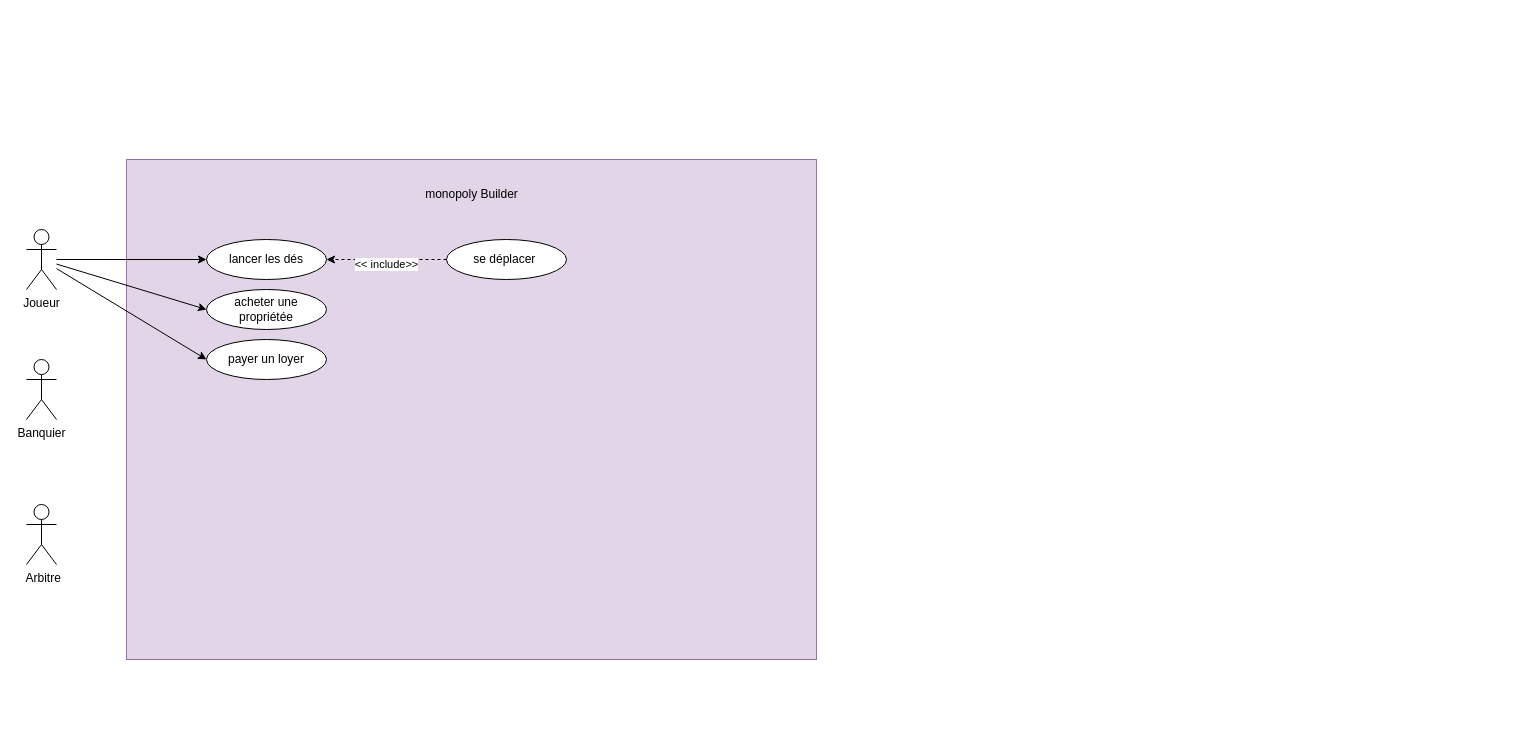
Above: B__Analyse/UseCaseDiagram.drawio in gazhonsepaskwa/builder (draw.io), before the change. Source tidied: cells renumbered, new cells numbered last; positions are measured from the earlier drawing's top-left corner, leaving out a move shared by most shapes. Both pictures are drawn from the tidied source at 100%, with x=0, y=0 at pixel (26, 159).
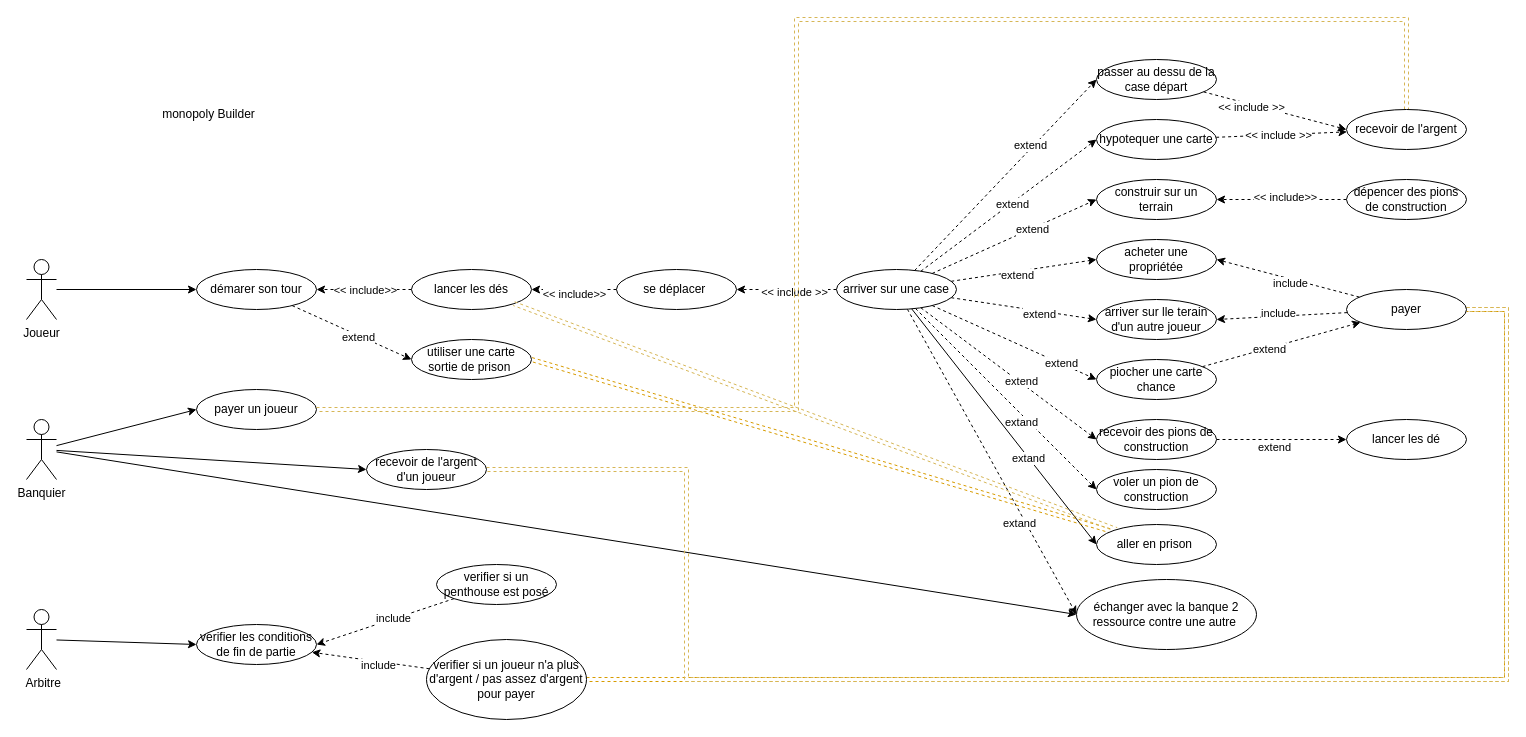
The same diagram, later.

Commit message (it also covers changes not shown here):
v1 diagrame d'actions

What changed in the source:
```diff
@@
-    <mxCell id="2" style="rounded=0;whiteSpace=wrap;html=1;fillColor=#e1d5e7;strokeColor=#9673a6;" parent="1" vertex="1">
-      <mxGeometry x="100" width="690" height="500" as="geometry" />
-    </mxCell>
-    <mxCell id="3" style="rounded=0;jettySize=auto;html=1;entryX=0;entryY=0.5;entryDx=0;entryDy=0;" parent="1" edge="1" source="6" target="10">
-      <mxGeometry relative="1" as="geometry" />
-    </mxCell>
-    <mxCell id="4" style="rounded=0;jettySize=auto;html=1;entryX=0;entryY=0.5;entryDx=0;entryDy=0;" parent="1" edge="1" source="6" target="14">
-      <mxGeometry relative="1" as="geometry" />
-    </mxCell>
-    <mxCell id="5" style="rounded=0;jettySize=auto;html=1;entryX=0;entryY=0.5;entryDx=0;entryDy=0;" parent="1" edge="1" source="6" target="15">
-      <mxGeometry relative="1" as="geometry" />
-    </mxCell>
+    <mxCell id="16" style="rounded=0;jettySize=auto;html=1;" parent="1" edge="1" source="6" target="61">
+      <mxGeometry relative="1" as="geometry" />
+    </mxCell>
     <mxCell id="6" value="Joueur" style="shape=umlActor;verticalLabelPosition=bottom;verticalAlign=top;html=1;outlineConnect=0;" parent="1" vertex="1">
-      <mxGeometry y="70" width="30" height="60" as="geometry" />
+      <mxGeometry y="100" width="30" height="60" as="geometry" />
     </mxCell>
+    <mxCell id="17" style="rounded=0;jettySize=auto;html=1;entryX=0;entryY=0.5;entryDx=0;entryDy=0;" parent="1" edge="1" source="7" target="27">
+      <mxGeometry relative="1" as="geometry" />
+    </mxCell>
+    <mxCell id="18" style="rounded=0;jettySize=auto;html=1;entryX=0;entryY=0.5;entryDx=0;entryDy=0;" parent="1" edge="1" source="7" target="73">
+      <mxGeometry relative="1" as="geometry" />
+    </mxCell>
+    <mxCell id="19" style="rounded=0;jettySize=auto;html=1;entryX=0;entryY=0.5;entryDx=0;entryDy=0;" parent="1" edge="1" source="7" target="84">
+      <mxGeometry relative="1" as="geometry" />
+    </mxCell>
     <mxCell id="7" value="Banquier" style="shape=umlActor;verticalLabelPosition=bottom;verticalAlign=top;html=1;outlineConnect=0;" parent="1" vertex="1">
-      <mxGeometry y="200" width="30" height="60" as="geometry" />
+      <mxGeometry y="260" width="30" height="60" as="geometry" />
     </mxCell>
+    <mxCell id="20" style="rounded=0;jettySize=auto;html=1;entryX=0;entryY=0.5;entryDx=0;entryDy=0;" parent="1" edge="1" source="8" target="28">
+      <mxGeometry relative="1" as="geometry" />
+    </mxCell>
     <mxCell id="8" value="&amp;nbsp;Arbitre" style="shape=umlActor;verticalLabelPosition=bottom;verticalAlign=top;html=1;outlineConnect=0;" parent="1" vertex="1">
-      <mxGeometry y="345" width="30" height="60" as="geometry" />
+      <mxGeometry y="450" width="30" height="60" as="geometry" />
     </mxCell>
     <mxCell id="9" value="monopoly Builder" style="text;html=1;strokeColor=none;fillColor=none;align=center;verticalAlign=middle;whiteSpace=wrap;rounded=0;" parent="1" vertex="1">
-      <mxGeometry x="372.5" y="20" width="145" height="30" as="geometry" />
+      <mxGeometry x="110" y="-60" width="145" height="30" as="geometry" />
     </mxCell>
+    <mxCell id="21" style="edgeStyle=orthogonalEdgeStyle;rounded=0;jettySize=auto;html=1;dashed=1;" parent="1" edge="1" source="10" target="61">
+      <mxGeometry relative="1" as="geometry" />
+    </mxCell>
+    <mxCell id="22" value="&amp;lt;&amp;lt; include&amp;gt;&amp;gt;" style="edgeLabel;html=1;align=center;verticalAlign=middle;" parent="21" vertex="1">
+      <mxGeometry x="-0.01" relative="1" as="geometry" />
+    </mxCell>
     <mxCell id="10" value="lancer les dés" style="ellipse;whiteSpace=wrap;html=1;" parent="1" vertex="1">
-      <mxGeometry x="180" y="80" width="120" height="40" as="geometry" />
+      <mxGeometry x="385" y="110" width="120" height="40" as="geometry" />
     </mxCell>
@@
     <mxCell id="13" value="se déplacer&amp;nbsp;" style="ellipse;whiteSpace=wrap;html=1;" parent="1" vertex="1">
-      <mxGeometry x="420" y="80" width="120" height="40" as="geometry" />
+      <mxGeometry x="590" y="110" width="120" height="40" as="geometry" />
     </mxCell>
     <mxCell id="14" value="acheter une propriétée" style="ellipse;whiteSpace=wrap;html=1;" parent="1" vertex="1">
-      <mxGeometry x="180" y="130" width="120" height="40" as="geometry" />
+      <mxGeometry x="1070" y="80" width="120" height="40" as="geometry" />
     </mxCell>
-    <mxCell id="15" value="payer un loyer" style="ellipse;whiteSpace=wrap;html=1;" parent="1" vertex="1">
-      <mxGeometry x="180" y="180" width="120" height="40" as="geometry" />
+    <mxCell id="15" value="arriver sur lle terain d'un autre joueur" style="ellipse;whiteSpace=wrap;html=1;" parent="1" vertex="1">
+      <mxGeometry x="1070" y="140" width="120" height="40" as="geometry" />
     </mxCell>
+    <mxCell id="23" value="construir sur un terrain" style="ellipse;whiteSpace=wrap;html=1;" parent="1" vertex="1">
+      <mxGeometry x="1070" y="20" width="120" height="40" as="geometry" />
+    </mxCell>
+    <mxCell id="24" style="rounded=0;jettySize=auto;html=1;dashed=1;" parent="1" edge="1" source="26" target="35">
+      <mxGeometry relative="1" as="geometry" />
+    </mxCell>
+    <mxCell id="25" value="extend" style="edgeLabel;html=1;align=center;verticalAlign=middle;" parent="24" vertex="1">
+      <mxGeometry x="-0.16" y="-1" relative="1" as="geometry" />
+    </mxCell>
+    <mxCell id="26" value="piocher une carte chance" style="ellipse;whiteSpace=wrap;html=1;" parent="1" vertex="1">
+      <mxGeometry x="1070" y="200" width="120" height="40" as="geometry" />
+    </mxCell>
+    <mxCell id="27" value="payer un joueur" style="ellipse;whiteSpace=wrap;html=1;" parent="1" vertex="1">
+      <mxGeometry x="170" y="230" width="120" height="40" as="geometry" />
+    </mxCell>
+    <mxCell id="28" value="verifier les conditions de fin de partie" style="ellipse;whiteSpace=wrap;html=1;" parent="1" vertex="1">
+      <mxGeometry x="170" y="465" width="120" height="40" as="geometry" />
+    </mxCell>
+    <mxCell id="29" style="rounded=0;jettySize=auto;html=1;entryX=1;entryY=0.5;entryDx=0;entryDy=0;dashed=1;" parent="1" edge="1" source="35" target="14">
+      <mxGeometry relative="1" as="geometry" />
+    </mxCell>
+    <mxCell id="30" value="include" style="edgeLabel;html=1;align=center;verticalAlign=middle;" parent="29" vertex="1">
+      <mxGeometry x="-0.04" y="4" relative="1" as="geometry" />
+    </mxCell>
+    <mxCell id="31" style="rounded=0;jettySize=auto;html=1;entryX=1;entryY=0.5;entryDx=0;entryDy=0;dashed=1;" parent="1" edge="1" source="35" target="15">
+      <mxGeometry relative="1" as="geometry" />
+    </mxCell>
+    <mxCell id="32" value="include" style="edgeLabel;html=1;align=center;verticalAlign=middle;" parent="31" vertex="1">
+      <mxGeometry x="0.06" y="-3" relative="1" as="geometry" />
+    </mxCell>
+    <mxCell id="33" style="edgeStyle=orthogonalEdgeStyle;rounded=0;jettySize=auto;html=1;entryX=1;entryY=0.5;entryDx=0;entryDy=0;fillColor=#ffe6cc;strokeColor=#d79b00;dashed=1;shape=link;" parent="1" edge="1" source="35" target="79">
+      <mxGeometry relative="1" as="geometry">
+        <Array as="points">
+          <mxPoint x="1480" y="150" />
+          <mxPoint x="1480" y="520" />
+        </Array>
+      </mxGeometry>
+    </mxCell>
+    <mxCell id="34" style="edgeStyle=orthogonalEdgeStyle;rounded=0;jettySize=auto;html=1;entryX=1;entryY=0.5;entryDx=0;entryDy=0;dashed=1;shape=link;fillColor=#fff2cc;strokeColor=#d6b656;" parent="1" edge="1" source="35" target="84">
+      <mxGeometry relative="1" as="geometry">
+        <Array as="points">
+          <mxPoint x="1480" y="150" />
+          <mxPoint x="1480" y="520" />
+          <mxPoint x="660" y="520" />
+          <mxPoint x="660" y="310" />
+        </Array>
+      </mxGeometry>
+    </mxCell>
+    <mxCell id="35" value="payer" style="ellipse;whiteSpace=wrap;html=1;" parent="1" vertex="1">
+      <mxGeometry x="1320" y="130" width="120" height="40" as="geometry" />
+    </mxCell>
+    <mxCell id="36" style="rounded=0;jettySize=auto;html=1;entryX=0;entryY=0.5;entryDx=0;entryDy=0;dashed=1;" parent="1" edge="1" source="58" target="14">
+      <mxGeometry relative="1" as="geometry" />
+    </mxCell>
+    <mxCell id="37" value="extend" style="edgeLabel;html=1;align=center;verticalAlign=middle;" parent="36" vertex="1">
+      <mxGeometry x="-0.1" y="-4" relative="1" as="geometry" />
+    </mxCell>
+    <mxCell id="38" style="rounded=0;jettySize=auto;html=1;entryX=0;entryY=0.5;entryDx=0;entryDy=0;dashed=1;" parent="1" edge="1" source="58" target="15">
+      <mxGeometry relative="1" as="geometry" />
+    </mxCell>
+    <mxCell id="39" value="extend" style="edgeLabel;html=1;align=center;verticalAlign=middle;" parent="38" vertex="1">
+      <mxGeometry x="0.21" y="-3" relative="1" as="geometry" />
+    </mxCell>
+    <mxCell id="40" style="edgeStyle=orthogonalEdgeStyle;rounded=0;jettySize=auto;html=1;dashed=1;" parent="1" edge="1" source="58" target="13">
+      <mxGeometry relative="1" as="geometry" />
+    </mxCell>
+    <mxCell id="41" value="&amp;lt;&amp;lt; include &amp;gt;&amp;gt;" style="edgeLabel;html=1;align=center;verticalAlign=middle;" parent="40" vertex="1">
+      <mxGeometry x="-0.14" y="2" relative="1" as="geometry" />
+    </mxCell>
+    <mxCell id="42" style="rounded=0;jettySize=auto;html=1;entryX=0;entryY=0.5;entryDx=0;entryDy=0;dashed=1;" parent="1" edge="1" source="58" target="23">
+      <mxGeometry relative="1" as="geometry" />
+    </mxCell>
+    <mxCell id="43" value="extend" style="edgeLabel;html=1;align=center;verticalAlign=middle;" parent="42" vertex="1">
+      <mxGeometry x="0.21" relative="1" as="geometry" />
+    </mxCell>
+    <mxCell id="44" style="rounded=0;jettySize=auto;html=1;entryX=0;entryY=0.5;entryDx=0;entryDy=0;dashed=1;" parent="1" edge="1" source="58" target="26">
+      <mxGeometry relative="1" as="geometry" />
+    </mxCell>
+    <mxCell id="45" value="extend" style="edgeLabel;html=1;align=center;verticalAlign=middle;" parent="44" vertex="1">
+      <mxGeometry x="0.56" y="1" relative="1" as="geometry" />
+    </mxCell>
+    <mxCell id="46" style="rounded=0;jettySize=auto;html=1;entryX=0;entryY=0.5;entryDx=0;entryDy=0;dashed=1;" parent="1" edge="1" source="58" target="67">
+      <mxGeometry relative="1" as="geometry" />
+    </mxCell>
+    <mxCell id="47" value="extend" style="edgeLabel;html=1;align=center;verticalAlign=middle;" parent="46" vertex="1">
+      <mxGeometry x="0.13" y="1" relative="1" as="geometry" />
+    </mxCell>
+    <mxCell id="48" style="rounded=0;jettySize=auto;html=1;entryX=0;entryY=0.5;entryDx=0;entryDy=0;dashed=1;" parent="1" edge="1" source="58" target="68">
+      <mxGeometry relative="1" as="geometry" />
+    </mxCell>
+    <mxCell id="49" value="extand" style="edgeLabel;html=1;align=center;verticalAlign=middle;" parent="48" vertex="1">
+      <mxGeometry x="0.2" y="-6" relative="1" as="geometry">
+        <mxPoint x="1" as="offset" />
+      </mxGeometry>
+    </mxCell>
+    <mxCell id="50" style="rounded=0;jettySize=auto;html=1;entryX=0;entryY=0.5;entryDx=0;entryDy=0;" parent="1" edge="1" source="58" target="71">
+      <mxGeometry relative="1" as="geometry" />
+    </mxCell>
+    <mxCell id="51" value="extand" style="edgeLabel;html=1;align=center;verticalAlign=middle;" parent="50" vertex="1">
+      <mxGeometry x="0.26" relative="1" as="geometry" />
+    </mxCell>
+    <mxCell id="52" style="rounded=0;jettySize=auto;html=1;entryX=0;entryY=0.5;entryDx=0;entryDy=0;dashed=1;" parent="1" edge="1" source="58" target="73">
+      <mxGeometry relative="1" as="geometry" />
+    </mxCell>
+    <mxCell id="53" value="extand" style="edgeLabel;html=1;align=center;verticalAlign=middle;" parent="52" vertex="1">
+      <mxGeometry x="0.38" y="-6" relative="1" as="geometry" />
+    </mxCell>
+    <mxCell id="54" style="rounded=0;jettySize=auto;html=1;entryX=0;entryY=0.5;entryDx=0;entryDy=0;dashed=1;" parent="1" edge="1" source="58" target="83">
+      <mxGeometry relative="1" as="geometry" />
+    </mxCell>
+    <mxCell id="55" value="extend" style="edgeLabel;html=1;align=center;verticalAlign=middle;" parent="54" vertex="1">
+      <mxGeometry x="0.04" y="-1" relative="1" as="geometry">
+        <mxPoint x="-1" as="offset" />
+      </mxGeometry>
+    </mxCell>
+    <mxCell id="56" style="rounded=0;jettySize=auto;html=1;entryX=0;entryY=0.5;entryDx=0;entryDy=0;dashed=1;" parent="1" edge="1" source="58" target="89">
+      <mxGeometry relative="1" as="geometry" />
+    </mxCell>
+    <mxCell id="57" value="extend" style="edgeLabel;html=1;align=center;verticalAlign=middle;" parent="56" vertex="1">
+      <mxGeometry x="0.29" y="3" relative="1" as="geometry" />
+    </mxCell>
+    <mxCell id="58" value="arriver sur une case" style="ellipse;whiteSpace=wrap;html=1;" parent="1" vertex="1">
+      <mxGeometry x="810" y="110" width="120" height="40" as="geometry" />
+    </mxCell>
+    <mxCell id="59" style="rounded=0;jettySize=auto;html=1;entryX=0;entryY=0.5;entryDx=0;entryDy=0;dashed=1;" parent="1" edge="1" source="61" target="80">
+      <mxGeometry relative="1" as="geometry" />
+    </mxCell>
+    <mxCell id="60" value="extend" style="edgeLabel;html=1;align=center;verticalAlign=middle;" parent="59" vertex="1">
+      <mxGeometry x="0.12" y="-2" relative="1" as="geometry" />
+    </mxCell>
+    <mxCell id="61" value="démarer son tour" style="ellipse;whiteSpace=wrap;html=1;" parent="1" vertex="1">
+      <mxGeometry x="170" y="110" width="120" height="40" as="geometry" />
+    </mxCell>
+    <mxCell id="62" style="rounded=0;jettySize=auto;html=1;dashed=1;" parent="1" edge="1" source="64" target="23">
+      <mxGeometry relative="1" as="geometry" />
+    </mxCell>
+    <mxCell id="63" value="&amp;lt;&amp;lt; include&amp;gt;&amp;gt;" style="edgeLabel;html=1;align=center;verticalAlign=middle;" parent="62" vertex="1">
+      <mxGeometry x="-0.05" y="-3" relative="1" as="geometry" />
+    </mxCell>
+    <mxCell id="64" value="dépencer des pions de construction" style="ellipse;whiteSpace=wrap;html=1;" parent="1" vertex="1">
+      <mxGeometry x="1320" y="20" width="120" height="40" as="geometry" />
+    </mxCell>
+    <mxCell id="65" style="edgeStyle=orthogonalEdgeStyle;rounded=0;jettySize=auto;html=1;entryX=0;entryY=0.5;entryDx=0;entryDy=0;dashed=1;" parent="1" edge="1" source="67" target="72">
+      <mxGeometry relative="1" as="geometry" />
+    </mxCell>
+    <mxCell id="66" value="extend" style="edgeLabel;html=1;align=center;verticalAlign=middle;" parent="65" vertex="1">
+      <mxGeometry x="-0.12" y="-7" relative="1" as="geometry" />
+    </mxCell>
+    <mxCell id="67" value="recevoir des pions de construction" style="ellipse;whiteSpace=wrap;html=1;" parent="1" vertex="1">
+      <mxGeometry x="1070" y="260" width="120" height="40" as="geometry" />
+    </mxCell>
+    <mxCell id="68" value="voler un pion de construction" style="ellipse;whiteSpace=wrap;html=1;" parent="1" vertex="1">
+      <mxGeometry x="1070" y="310" width="120" height="40" as="geometry" />
+    </mxCell>
+    <mxCell id="69" style="rounded=0;jettySize=auto;html=1;entryX=1;entryY=0.5;entryDx=0;entryDy=0;fillColor=#ffe6cc;strokeColor=#d79b00;dashed=1;shape=link;" parent="1" edge="1" source="71" target="80">
+      <mxGeometry relative="1" as="geometry" />
+    </mxCell>
+    <mxCell id="70" style="rounded=0;jettySize=auto;html=1;entryX=1;entryY=1;entryDx=0;entryDy=0;shape=link;fillColor=#fff2cc;strokeColor=#d6b656;dashed=1;" parent="1" edge="1" source="71" target="10">
+      <mxGeometry relative="1" as="geometry" />
+    </mxCell>
+    <mxCell id="71" value="aller en prison&amp;nbsp;" style="ellipse;whiteSpace=wrap;html=1;" parent="1" vertex="1">
+      <mxGeometry x="1070" y="365" width="120" height="40" as="geometry" />
+    </mxCell>
+    <mxCell id="72" value="lancer les dé" style="ellipse;whiteSpace=wrap;html=1;" parent="1" vertex="1">
+      <mxGeometry x="1320" y="260" width="120" height="40" as="geometry" />
+    </mxCell>
+    <mxCell id="73" value="échanger avec la banque 2 ressource contre une autre&amp;nbsp;" style="ellipse;whiteSpace=wrap;html=1;" parent="1" vertex="1">
+      <mxGeometry x="1050" y="420" width="180" height="70" as="geometry" />
+    </mxCell>
+    <mxCell id="74" style="rounded=0;jettySize=auto;html=1;entryX=1;entryY=0.5;entryDx=0;entryDy=0;dashed=1;" parent="1" edge="1" source="76" target="28">
+      <mxGeometry relative="1" as="geometry" />
+    </mxCell>
+    <mxCell id="75" value="include" style="edgeLabel;html=1;align=center;verticalAlign=middle;" parent="74" vertex="1">
+      <mxGeometry x="-0.12" y="-2" relative="1" as="geometry">
+        <mxPoint y="1" as="offset" />
+      </mxGeometry>
+    </mxCell>
+    <mxCell id="76" value="verifier si un penthouse est posé" style="ellipse;whiteSpace=wrap;html=1;" parent="1" vertex="1">
+      <mxGeometry x="410" y="405" width="120" height="40" as="geometry" />
+    </mxCell>
+    <mxCell id="77" style="rounded=0;jettySize=auto;html=1;dashed=1;" parent="1" edge="1" source="79" target="28">
+      <mxGeometry relative="1" as="geometry" />
+    </mxCell>
+    <mxCell id="78" value="include" style="edgeLabel;html=1;align=center;verticalAlign=middle;" parent="77" vertex="1">
+      <mxGeometry x="-0.13" y="3" relative="1" as="geometry" />
+    </mxCell>
+    <mxCell id="79" value="verifier si un joueur n'a plus d'argent / pas assez d'argent pour payer" style="ellipse;whiteSpace=wrap;html=1;" parent="1" vertex="1">
+      <mxGeometry x="400" y="480" width="160" height="80" as="geometry" />
+    </mxCell>
+    <mxCell id="80" value="utiliser une carte sortie de prison&amp;nbsp;" style="ellipse;whiteSpace=wrap;html=1;" parent="1" vertex="1">
+      <mxGeometry x="385" y="180" width="120" height="40" as="geometry" />
+    </mxCell>
+    <mxCell id="81" style="rounded=0;jettySize=auto;html=1;dashed=1;" parent="1" edge="1" source="83" target="86">
+      <mxGeometry relative="1" as="geometry" />
+    </mxCell>
+    <mxCell id="82" value="&amp;lt;&amp;lt; include &amp;gt;&amp;gt;" style="edgeLabel;html=1;align=center;verticalAlign=middle;" parent="81" vertex="1">
+      <mxGeometry x="-0.06" relative="1" as="geometry" />
+    </mxCell>
+    <mxCell id="83" value="hypotequer une carte" style="ellipse;whiteSpace=wrap;html=1;" parent="1" vertex="1">
+      <mxGeometry x="1070" y="-40" width="120" height="40" as="geometry" />
+    </mxCell>
+    <mxCell id="84" value="recevoir de l'argent d'un joueur" style="ellipse;whiteSpace=wrap;html=1;" parent="1" vertex="1">
+      <mxGeometry x="340" y="290" width="120" height="40" as="geometry" />
+    </mxCell>
+    <mxCell id="85" style="edgeStyle=orthogonalEdgeStyle;rounded=0;jettySize=auto;html=1;entryX=1;entryY=0.5;entryDx=0;entryDy=0;dashed=1;shape=link;fillColor=#fff2cc;strokeColor=#d6b656;" parent="1" edge="1" source="86" target="27">
+      <mxGeometry relative="1" as="geometry">
+        <Array as="points">
+          <mxPoint x="1380" y="-140" />
+          <mxPoint x="770" y="-140" />
+          <mxPoint x="770" y="250" />
+        </Array>
+      </mxGeometry>
+    </mxCell>
+    <mxCell id="86" value="recevoir de l'argent" style="ellipse;whiteSpace=wrap;html=1;" parent="1" vertex="1">
+      <mxGeometry x="1320" y="-50" width="120" height="40" as="geometry" />
+    </mxCell>
+    <mxCell id="87" style="rounded=0;jettySize=auto;html=1;entryX=0;entryY=0.5;entryDx=0;entryDy=0;dashed=1;" parent="1" edge="1" source="89" target="86">
+      <mxGeometry relative="1" as="geometry" />
+    </mxCell>
+    <mxCell id="88" value="&amp;lt;&amp;lt; include &amp;gt;&amp;gt;" style="edgeLabel;html=1;align=center;verticalAlign=middle;" parent="87" vertex="1">
+      <mxGeometry x="-0.33" y="-2" relative="1" as="geometry" />
+    </mxCell>
+    <mxCell id="89" value="passer au dessu de la case départ" style="ellipse;whiteSpace=wrap;html=1;" parent="1" vertex="1">
+      <mxGeometry x="1070" y="-100" width="120" height="40" as="geometry" />
+    </mxCell>
```
